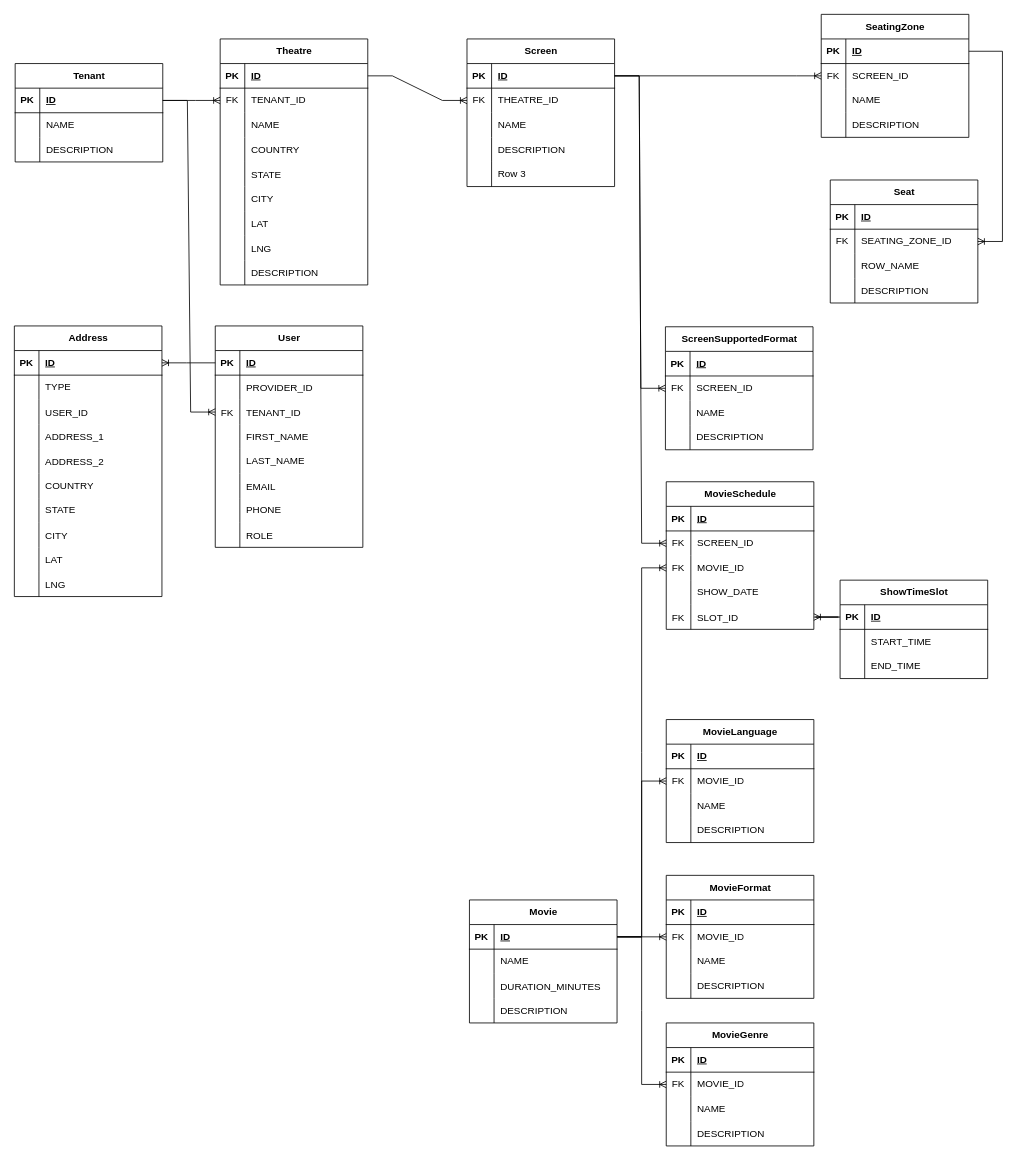
itzmedinesh/drawings keeps this draw.io diagram as Untitled Diagram.drawio. Above is the earlier version. Source tidied: cells renumbered, new cells numbered last; positions are measured from the earlier drawing's top-left corner, leaving out a move shared by most shapes. Both pictures are drawn from the tidied source at 82%, with x=0, y=0 at pixel (-59, 14).
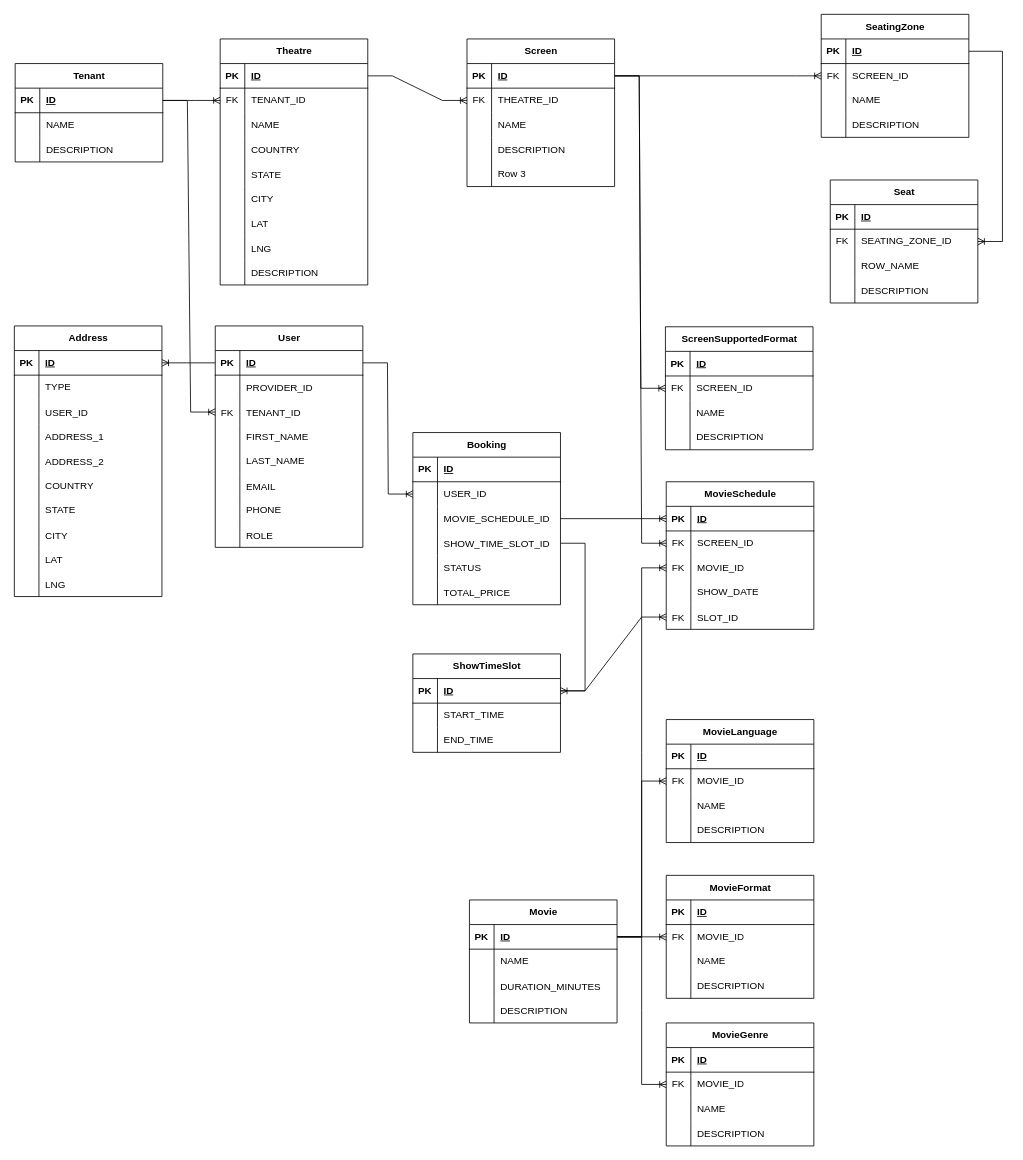
The same page after the edit.

The change refers to these unchanged cells:
```xml
<mxCell id="87" style="shape=tableRow;horizontal=0;startSize=0;swimlaneHead=0;swimlaneBody=0;fillColor=none;points=[[0,0.5],[1,0.5]];portConstraint=eastwest;top=0;left=0;right=0;bottom=1;" parent="86" vertex="1">
  <mxGeometry y="30" width="180" height="30" as="geometry" />
</mxCell>
<mxCell id="200" style="shape=tableRow;horizontal=0;startSize=0;swimlaneHead=0;swimlaneBody=0;fillColor=none;points=[[0,0.5],[1,0.5]];portConstraint=eastwest;top=0;left=0;right=0;bottom=1;" parent="199" vertex="1">
  <mxGeometry y="30" width="180" height="30" as="geometry" />
</mxCell>
<mxCell id="212" style="shape=tableRow;horizontal=0;startSize=0;swimlaneHead=0;swimlaneBody=0;fillColor=none;points=[[0,0.5],[1,0.5]];portConstraint=eastwest;top=0;left=0;right=0;bottom=0;" parent="199" vertex="1">
  <mxGeometry y="150" width="180" height="30" as="geometry" />
</mxCell>
<mxCell id="230" style="shape=tableRow;horizontal=0;startSize=0;swimlaneHead=0;swimlaneBody=0;fillColor=none;points=[[0,0.5],[1,0.5]];portConstraint=eastwest;top=0;left=0;right=0;bottom=1;" parent="229" vertex="1">
  <mxGeometry y="30" width="180" height="30" as="geometry" />
</mxCell>
```

Diff of the diagram source:
```diff
@@
     <mxCell id="229" value="ShowTimeSlot" style="shape=table;startSize=30;childLayout=tableLayout;rowLines=0;fontStyle=1;align=center;html=1;" parent="1" vertex="1">
-      <mxGeometry x="1096" y="690" width="180" height="120" as="geometry" />
+      <mxGeometry x="575" y="780" width="180" height="120" as="geometry" />
     </mxCell>
@@
-    <mxCell id="239" style="edgeStyle=entityRelationEdgeStyle;fontSize=12;html=1;endArrow=ERoneToMany;rounded=0;exitX=0;exitY=0.5;exitDx=0;exitDy=0;entryX=1;entryY=0.5;entryDx=0;entryDy=0;" parent="1" edge="1" source="230" target="212">
+    <mxCell id="239" style="edgeStyle=entityRelationEdgeStyle;fontSize=12;html=1;endArrow=ERoneToMany;rounded=0;exitX=1;exitY=0.5;exitDx=0;exitDy=0;" parent="1" edge="1" source="230" target="212">
       <mxGeometry relative="1" as="geometry" />
     </mxCell>
@@
+    <mxCell id="242" value="Booking" style="shape=table;startSize=30;childLayout=tableLayout;rowLines=0;fontStyle=1;align=center;html=1;" parent="1" vertex="1">
+      <mxGeometry x="575" y="510" width="180" height="210" as="geometry" />
+    </mxCell>
+    <mxCell id="243" style="shape=tableRow;horizontal=0;startSize=0;swimlaneHead=0;swimlaneBody=0;fillColor=none;top=0;left=0;right=0;bottom=1;" parent="242" vertex="1">
+      <mxGeometry y="30" width="180" height="30" as="geometry" />
+    </mxCell>
+    <mxCell id="244" value="PK" style="shape=partialRectangle;fillColor=none;top=0;left=0;bottom=0;right=0;fontStyle=1;overflow=hidden;whiteSpace=wrap;html=1;" parent="243" vertex="1">
+      <mxGeometry width="30" height="30" as="geometry" />
+    </mxCell>
+    <mxCell id="245" value="ID" style="shape=partialRectangle;fillColor=none;top=0;left=0;bottom=0;right=0;align=left;spacingLeft=6;fontStyle=5;overflow=hidden;whiteSpace=wrap;html=1;" parent="243" vertex="1">
+      <mxGeometry x="30" width="150" height="30" as="geometry" />
+    </mxCell>
+    <mxCell id="246" style="shape=tableRow;horizontal=0;startSize=0;swimlaneHead=0;swimlaneBody=0;fillColor=none;points=[[0,0.5],[1,0.5]];portConstraint=eastwest;top=0;left=0;right=0;bottom=0;" parent="242" vertex="1">
+      <mxGeometry y="60" width="180" height="30" as="geometry" />
+    </mxCell>
+    <mxCell id="247" style="shape=partialRectangle;fillColor=none;top=0;left=0;bottom=0;right=0;overflow=hidden;whiteSpace=wrap;html=1;" parent="246" vertex="1">
+      <mxGeometry width="30" height="30" as="geometry" />
+    </mxCell>
+    <mxCell id="248" value="USER_ID" style="shape=partialRectangle;fillColor=none;top=0;left=0;bottom=0;right=0;align=left;spacingLeft=6;overflow=hidden;whiteSpace=wrap;html=1;" parent="246" vertex="1">
+      <mxGeometry x="30" width="150" height="30" as="geometry" />
+    </mxCell>
+    <mxCell id="249" style="shape=tableRow;horizontal=0;startSize=0;swimlaneHead=0;swimlaneBody=0;fillColor=none;points=[[0,0.5],[1,0.5]];portConstraint=eastwest;top=0;left=0;right=0;bottom=0;" parent="242" vertex="1">
+      <mxGeometry y="90" width="180" height="30" as="geometry" />
+    </mxCell>
+    <mxCell id="250" style="shape=partialRectangle;fillColor=none;top=0;left=0;bottom=0;right=0;overflow=hidden;whiteSpace=wrap;html=1;" parent="249" vertex="1">
+      <mxGeometry width="30" height="30" as="geometry" />
+    </mxCell>
+    <mxCell id="251" value="MOVIE_SCHEDULE_ID" style="shape=partialRectangle;fillColor=none;top=0;left=0;bottom=0;right=0;align=left;spacingLeft=6;overflow=hidden;whiteSpace=wrap;html=1;" parent="249" vertex="1">
+      <mxGeometry x="30" width="150" height="30" as="geometry" />
+    </mxCell>
+    <mxCell id="252" style="shape=tableRow;horizontal=0;startSize=0;swimlaneHead=0;swimlaneBody=0;fillColor=none;points=[[0,0.5],[1,0.5]];portConstraint=eastwest;top=0;left=0;right=0;bottom=0;" parent="242" vertex="1">
+      <mxGeometry y="120" width="180" height="30" as="geometry" />
+    </mxCell>
+    <mxCell id="253" style="shape=partialRectangle;fillColor=none;top=0;left=0;bottom=0;right=0;overflow=hidden;" parent="252" vertex="1">
+      <mxGeometry width="30" height="30" as="geometry" />
+    </mxCell>
+    <mxCell id="254" value="SHOW_TIME_SLOT_ID" style="shape=partialRectangle;fillColor=none;top=0;left=0;bottom=0;right=0;align=left;spacingLeft=6;overflow=hidden;" parent="252" vertex="1">
+      <mxGeometry x="30" width="150" height="30" as="geometry" />
+    </mxCell>
+    <mxCell id="255" style="shape=tableRow;horizontal=0;startSize=0;swimlaneHead=0;swimlaneBody=0;fillColor=none;top=0;left=0;right=0;bottom=0;" parent="242" vertex="1">
+      <mxGeometry y="150" width="180" height="30" as="geometry" />
+    </mxCell>
+    <mxCell id="256" style="shape=partialRectangle;fillColor=none;top=0;left=0;bottom=0;right=0;overflow=hidden;whiteSpace=wrap;html=1;" parent="255" vertex="1">
+      <mxGeometry width="30" height="30" as="geometry" />
+    </mxCell>
+    <mxCell id="257" value="STATUS" style="shape=partialRectangle;fillColor=none;top=0;left=0;bottom=0;right=0;align=left;spacingLeft=6;overflow=hidden;whiteSpace=wrap;html=1;" parent="255" vertex="1">
+      <mxGeometry x="30" width="150" height="30" as="geometry" />
+    </mxCell>
+    <mxCell id="258" style="shape=tableRow;horizontal=0;startSize=0;swimlaneHead=0;swimlaneBody=0;fillColor=none;top=0;left=0;right=0;bottom=0;" parent="242" vertex="1">
+      <mxGeometry y="180" width="180" height="30" as="geometry" />
+    </mxCell>
+    <mxCell id="259" style="shape=partialRectangle;fillColor=none;top=0;left=0;bottom=0;right=0;overflow=hidden;" parent="258" vertex="1">
+      <mxGeometry width="30" height="30" as="geometry" />
+    </mxCell>
+    <mxCell id="260" value="TOTAL_PRICE" style="shape=partialRectangle;fillColor=none;top=0;left=0;bottom=0;right=0;align=left;spacingLeft=6;overflow=hidden;" parent="258" vertex="1">
+      <mxGeometry x="30" width="150" height="30" as="geometry" />
+    </mxCell>
+    <mxCell id="261" style="edgeStyle=entityRelationEdgeStyle;fontSize=12;html=1;endArrow=ERoneToMany;rounded=0;exitX=1;exitY=0.5;exitDx=0;exitDy=0;entryX=0;entryY=0.5;entryDx=0;entryDy=0;" parent="1" edge="1" source="249" target="200">
+      <mxGeometry relative="1" as="geometry" />
+    </mxCell>
+    <mxCell id="262" style="edgeStyle=entityRelationEdgeStyle;fontSize=12;html=1;endArrow=ERoneToMany;rounded=0;" parent="1" edge="1" source="87" target="246">
+      <mxGeometry relative="1" as="geometry" />
+    </mxCell>
+    <mxCell id="263" style="edgeStyle=entityRelationEdgeStyle;fontSize=12;html=1;endArrow=ERoneToMany;rounded=0;entryX=1;entryY=0.5;entryDx=0;entryDy=0;" parent="1" edge="1" source="252" target="230">
+      <mxGeometry relative="1" as="geometry" />
+    </mxCell>
```
